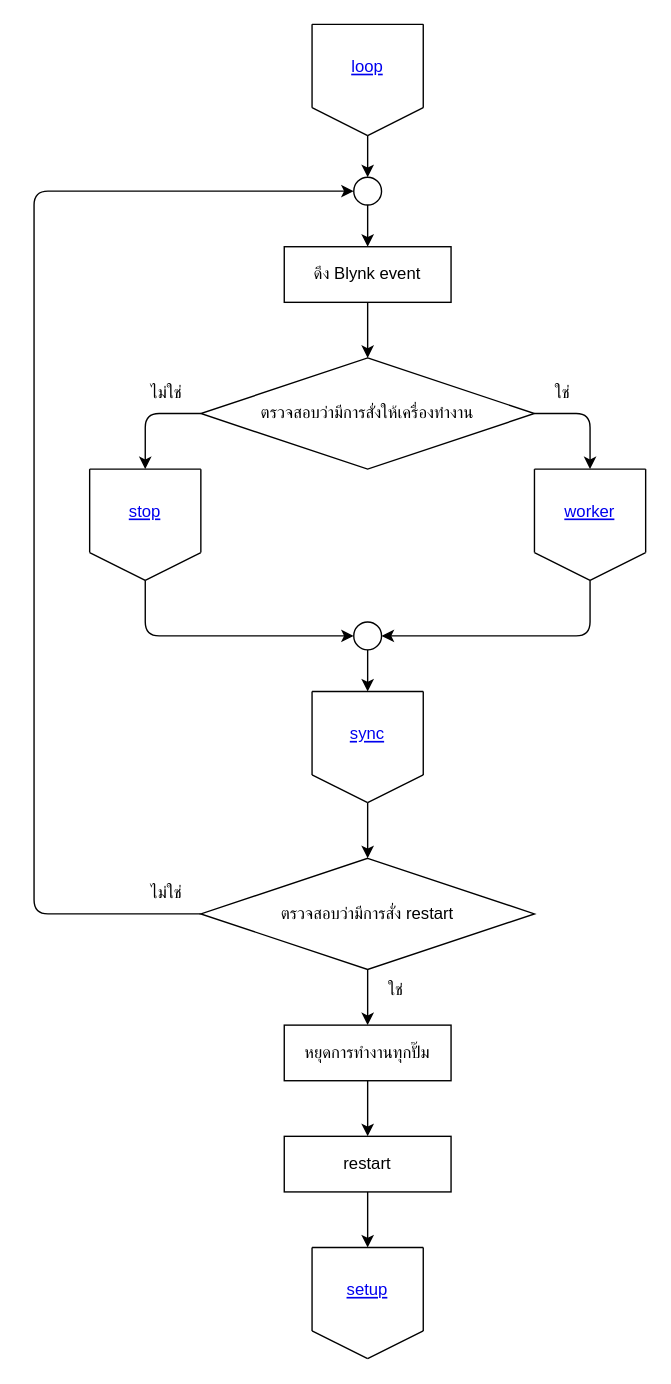
Before: page "loop" (1 of 6) of flowcharts/hardware.drawio in thestampr/pHConditioner, a draw.io diagram. Source tidied: cells renumbered, new cells numbered last; positions are measured from the earlier drawing's top-left corner, leaving out a move shared by most shapes. Both pictures are drawn from the tidied source at 139%, with x=0, y=0 at pixel (-78, 24).
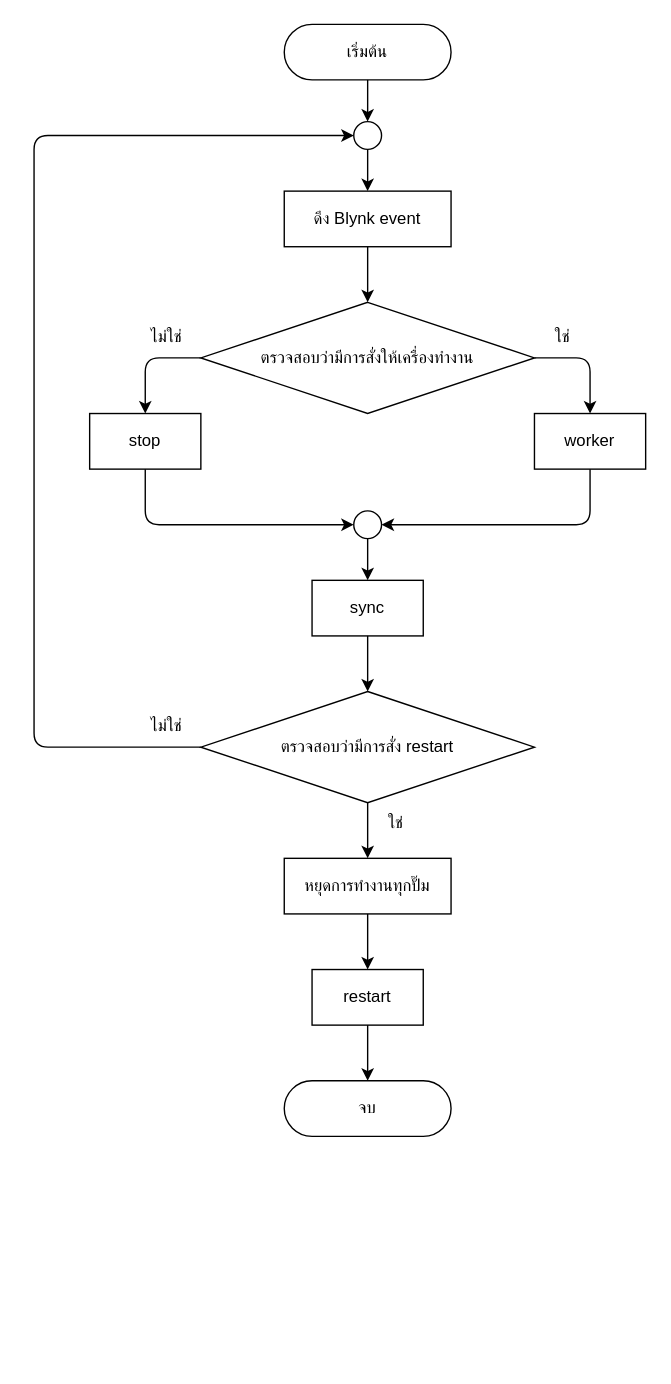
Above is the later version.

Diff of the diagram source:
```diff
@@
     <mxCell id="2" value="ตรวจสอบว่ามีการสั่งให้เครื่องทำงาน" style="rhombus;whiteSpace=wrap;html=1;rounded=0;labelBackgroundColor=none;comic=0;strokeColor=#000000;fontColor=#000000;fillColor=none;" parent="1" vertex="1">
-      <mxGeometry x="200" y="240" width="240" height="80" as="geometry" />
+      <mxGeometry x="200" y="200" width="240" height="80" as="geometry" />
     </mxCell>
@@
     <mxCell id="4" style="ellipse;whiteSpace=wrap;html=1;labelBackgroundColor=none;strokeColor=#000000;fontColor=#000000;fillColor=none;" parent="1" vertex="1">
-      <mxGeometry x="310" y="110" width="20" height="20" as="geometry" />
+      <mxGeometry x="310" y="70" width="20" height="20" as="geometry" />
     </mxCell>
     <mxCell id="5" style="edgeStyle=none;html=1;strokeColor=#000000;fontColor=#000000;endArrow=classic;endFill=1;" parent="1" edge="1" target="4">
       <mxGeometry relative="1" as="geometry">
-        <mxPoint x="320" y="80" as="sourcePoint" />
+        <mxPoint x="320" y="40" as="sourcePoint" />
       </mxGeometry>
     </mxCell>
@@
     <mxCell id="7" value="ดึง Blynk event" style="whiteSpace=wrap;html=1;rounded=0;labelBackgroundColor=none;comic=0;strokeColor=#000000;fontColor=#000000;fillColor=none;" parent="1" vertex="1">
-      <mxGeometry x="260" y="160" width="120" height="40" as="geometry" />
+      <mxGeometry x="260" y="120" width="120" height="40" as="geometry" />
     </mxCell>
-    <mxCell id="8" style="edgeStyle=none;html=1;strokeColor=#000000;fontColor=#000000;endArrow=classic;endFill=1;" parent="1" edge="1" source="9">
-      <mxGeometry relative="1" as="geometry">
-        <mxPoint x="320" y="480" as="targetPoint" />
-      </mxGeometry>
+    <mxCell id="8" style="edgeStyle=none;html=1;strokeColor=#000000;fontColor=#000000;endArrow=classic;endFill=1;entryX=0.5;entryY=0;entryDx=0;entryDy=0;entryPerimeter=0;" parent="1" edge="1" source="9" target="38">
+      <mxGeometry relative="1" as="geometry" />
     </mxCell>
     <mxCell id="9" style="ellipse;whiteSpace=wrap;html=1;labelBackgroundColor=none;strokeColor=#000000;fontColor=#000000;fillColor=none;" parent="1" vertex="1">
-      <mxGeometry x="310" y="430" width="20" height="20" as="geometry" />
+      <mxGeometry x="310" y="350" width="20" height="20" as="geometry" />
     </mxCell>
-    <mxCell id="10" style="group;rounded=0;labelBackgroundColor=none;comic=0;strokeColor=none;fontColor=#000000;fillColor=none;" parent="1" vertex="1">
-      <mxGeometry x="440" y="320" width="80" height="80" as="geometry" />
-    </mxCell>
-    <mxCell id="11" style="edgeStyle=none;orthogonalLoop=1;jettySize=auto;html=1;strokeColor=#000000;fontColor=#000000;endArrow=none;endFill=0;" parent="10" edge="1">
-      <mxGeometry relative="1" as="geometry">
-        <mxPoint as="sourcePoint" />
-        <mxPoint x="80" as="targetPoint" />
-      </mxGeometry>
-    </mxCell>
-    <mxCell id="12" style="edgeStyle=none;orthogonalLoop=1;jettySize=auto;html=1;strokeColor=#000000;fontColor=#000000;endArrow=none;endFill=0;" parent="10" edge="1">
-      <mxGeometry relative="1" as="geometry">
-        <mxPoint x="80" as="sourcePoint" />
-        <mxPoint x="80" y="60" as="targetPoint" />
-      </mxGeometry>
-    </mxCell>
-    <mxCell id="13" style="edgeStyle=none;orthogonalLoop=1;jettySize=auto;html=1;strokeColor=#000000;fontColor=#000000;endArrow=none;endFill=0;" parent="10" edge="1">
-      <mxGeometry relative="1" as="geometry">
-        <mxPoint as="sourcePoint" />
-        <mxPoint y="60" as="targetPoint" />
-      </mxGeometry>
-    </mxCell>
-    <mxCell id="14" style="edgeStyle=none;orthogonalLoop=1;jettySize=auto;html=1;strokeColor=#000000;fontColor=#000000;endArrow=none;endFill=0;" parent="10" edge="1">
-      <mxGeometry relative="1" as="geometry">
-        <mxPoint y="60" as="sourcePoint" />
-        <mxPoint x="40" y="80" as="targetPoint" />
-      </mxGeometry>
-    </mxCell>
-    <mxCell id="15" style="edgeStyle=none;orthogonalLoop=1;jettySize=auto;html=1;strokeColor=#000000;fontColor=#000000;endArrow=none;endFill=0;" parent="10" edge="1">
-      <mxGeometry relative="1" as="geometry">
-        <mxPoint x="80" y="60" as="sourcePoint" />
-        <mxPoint x="40" y="80" as="targetPoint" />
-      </mxGeometry>
-    </mxCell>
-    <mxCell id="16" value="worker" style="fontColor=#0000EE;fontStyle=4;rounded=1;overflow=hidden;spacing=10;labelBackgroundColor=none;comic=0;strokeColor=none;fillColor=none;" parent="10" vertex="1">
-      <mxGeometry x="5" y="10" width="70" height="40" as="geometry" />
-    </mxCell>
-    <mxCell id="17" style="edgeStyle=none;jettySize=auto;html=1;strokeColor=#000000;fontColor=#000000;endArrow=classic;endFill=1;entryX=1;entryY=0.5;entryDx=0;entryDy=0;" parent="1" edge="1" target="9">
+    <mxCell id="17" style="edgeStyle=none;jettySize=auto;html=1;strokeColor=#000000;fontColor=#000000;endArrow=classic;endFill=1;entryX=1;entryY=0.5;entryDx=0;entryDy=0;exitX=0.5;exitY=1;exitDx=0;exitDy=0;" parent="1" edge="1" source="16" target="9">
       <mxGeometry relative="1" as="geometry">
-        <mxPoint x="480" y="400" as="sourcePoint" />
         <Array as="points">
-          <mxPoint x="480" y="440" />
+          <mxPoint x="480" y="360" />
         </Array>
       </mxGeometry>
     </mxCell>
     <mxCell id="18" value="ไม่ใช่" style="text;html=1;align=center;verticalAlign=middle;strokeColor=none;fillColor=none;fontColor=#000000;" parent="1" vertex="1">
-      <mxGeometry x="150" y="250" width="50" height="30" as="geometry" />
+      <mxGeometry x="150" y="210" width="50" height="30" as="geometry" />
     </mxCell>
     <mxCell id="19" value="ใช่" style="text;html=1;align=center;verticalAlign=middle;strokeColor=none;fillColor=none;fontColor=#000000;" parent="1" vertex="1">
-      <mxGeometry x="440" y="250" width="40" height="30" as="geometry" />
+      <mxGeometry x="440" y="210" width="40" height="30" as="geometry" />
     </mxCell>
@@
-    <mxCell id="22" style="edgeStyle=none;jettySize=auto;html=1;strokeColor=#000000;fontColor=#000000;endArrow=classic;endFill=1;exitX=1;exitY=0.5;exitDx=0;exitDy=0;" parent="1" edge="1" source="2">
+    <mxCell id="22" style="edgeStyle=none;jettySize=auto;html=1;strokeColor=#000000;fontColor=#000000;endArrow=classic;endFill=1;exitX=1;exitY=0.5;exitDx=0;exitDy=0;entryX=0.5;entryY=0;entryDx=0;entryDy=0;entryPerimeter=0;" parent="1" edge="1" source="2" target="16">
       <mxGeometry relative="1" as="geometry">
-        <mxPoint x="480" y="320" as="targetPoint" />
         <Array as="points">
-          <mxPoint x="480" y="280" />
+          <mxPoint x="480" y="240" />
         </Array>
       </mxGeometry>
     </mxCell>
-    <mxCell id="23" style="group;rounded=0;labelBackgroundColor=none;comic=0;strokeColor=none;fontColor=#000000;fillColor=none;" parent="1" vertex="1">
-      <mxGeometry x="120" y="320" width="80" height="80" as="geometry" />
-    </mxCell>
-    <mxCell id="24" style="edgeStyle=none;orthogonalLoop=1;jettySize=auto;html=1;strokeColor=#000000;fontColor=#000000;endArrow=none;endFill=0;" parent="23" edge="1">
-      <mxGeometry relative="1" as="geometry">
-        <mxPoint as="sourcePoint" />
-        <mxPoint x="80" as="targetPoint" />
-      </mxGeometry>
-    </mxCell>
-    <mxCell id="25" style="edgeStyle=none;orthogonalLoop=1;jettySize=auto;html=1;strokeColor=#000000;fontColor=#000000;endArrow=none;endFill=0;" parent="23" edge="1">
-      <mxGeometry relative="1" as="geometry">
-        <mxPoint x="80" as="sourcePoint" />
-        <mxPoint x="80" y="60" as="targetPoint" />
-      </mxGeometry>
-    </mxCell>
-    <mxCell id="26" style="edgeStyle=none;orthogonalLoop=1;jettySize=auto;html=1;strokeColor=#000000;fontColor=#000000;endArrow=none;endFill=0;" parent="23" edge="1">
-      <mxGeometry relative="1" as="geometry">
-        <mxPoint as="sourcePoint" />
-        <mxPoint y="60" as="targetPoint" />
-      </mxGeometry>
-    </mxCell>
-    <mxCell id="27" style="edgeStyle=none;orthogonalLoop=1;jettySize=auto;html=1;strokeColor=#000000;fontColor=#000000;endArrow=none;endFill=0;" parent="23" edge="1">
-      <mxGeometry relative="1" as="geometry">
-        <mxPoint y="60" as="sourcePoint" />
-        <mxPoint x="40" y="80" as="targetPoint" />
-      </mxGeometry>
-    </mxCell>
-    <mxCell id="28" style="edgeStyle=none;orthogonalLoop=1;jettySize=auto;html=1;strokeColor=#000000;fontColor=#000000;endArrow=none;endFill=0;" parent="23" edge="1">
-      <mxGeometry relative="1" as="geometry">
-        <mxPoint x="80" y="60" as="sourcePoint" />
-        <mxPoint x="40" y="80" as="targetPoint" />
-      </mxGeometry>
-    </mxCell>
-    <mxCell id="29" value="stop" style="fontColor=#0000EE;fontStyle=4;rounded=1;overflow=hidden;spacing=10;labelBackgroundColor=none;comic=0;strokeColor=none;fillColor=none;" parent="23" vertex="1">
-      <mxGeometry x="5" y="10" width="70" height="40" as="geometry" />
-    </mxCell>
-    <mxCell id="30" style="edgeStyle=none;jettySize=auto;html=1;strokeColor=#000000;fontColor=#000000;endArrow=classic;endFill=1;exitX=0;exitY=0.5;exitDx=0;exitDy=0;" parent="1" edge="1" source="2">
+    <mxCell id="30" style="edgeStyle=none;jettySize=auto;html=1;strokeColor=#000000;fontColor=#000000;endArrow=classic;endFill=1;exitX=0;exitY=0.5;exitDx=0;exitDy=0;entryX=0.5;entryY=0;entryDx=0;entryDy=0;" parent="1" edge="1" source="2" target="29">
       <mxGeometry relative="1" as="geometry">
-        <mxPoint x="160" y="320" as="targetPoint" />
         <Array as="points">
-          <mxPoint x="160" y="280" />
+          <mxPoint x="160" y="240" />
         </Array>
       </mxGeometry>
     </mxCell>
-    <mxCell id="31" style="edgeStyle=none;jettySize=auto;html=1;strokeColor=#000000;fontColor=#000000;endArrow=classic;endFill=1;entryX=0;entryY=0.5;entryDx=0;entryDy=0;" parent="1" edge="1" target="9">
+    <mxCell id="31" style="edgeStyle=none;jettySize=auto;html=1;strokeColor=#000000;fontColor=#000000;endArrow=classic;endFill=1;entryX=0;entryY=0.5;entryDx=0;entryDy=0;exitX=0.5;exitY=1;exitDx=0;exitDy=0;" parent="1" edge="1" source="29" target="9">
       <mxGeometry relative="1" as="geometry">
-        <mxPoint x="160" y="400" as="sourcePoint" />
         <Array as="points">
-          <mxPoint x="160" y="440" />
+          <mxPoint x="160" y="360" />
         </Array>
       </mxGeometry>
     </mxCell>
-    <mxCell id="32" style="group;rounded=0;labelBackgroundColor=none;comic=0;strokeColor=none;fontColor=#000000;fillColor=none;" parent="1" vertex="1">
-      <mxGeometry x="280" y="480" width="80" height="80" as="geometry" />
-    </mxCell>
-    <mxCell id="33" style="edgeStyle=none;orthogonalLoop=1;jettySize=auto;html=1;strokeColor=#000000;fontColor=#000000;endArrow=none;endFill=0;" parent="32" edge="1">
-      <mxGeometry relative="1" as="geometry">
-        <mxPoint as="sourcePoint" />
-        <mxPoint x="80" as="targetPoint" />
-      </mxGeometry>
-    </mxCell>
-    <mxCell id="34" style="edgeStyle=none;orthogonalLoop=1;jettySize=auto;html=1;strokeColor=#000000;fontColor=#000000;endArrow=none;endFill=0;" parent="32" edge="1">
-      <mxGeometry relative="1" as="geometry">
-        <mxPoint x="80" as="sourcePoint" />
-        <mxPoint x="80" y="60" as="targetPoint" />
-      </mxGeometry>
-    </mxCell>
-    <mxCell id="35" style="edgeStyle=none;orthogonalLoop=1;jettySize=auto;html=1;strokeColor=#000000;fontColor=#000000;endArrow=none;endFill=0;" parent="32" edge="1">
-      <mxGeometry relative="1" as="geometry">
-        <mxPoint as="sourcePoint" />
-        <mxPoint y="60" as="targetPoint" />
-      </mxGeometry>
-    </mxCell>
-    <mxCell id="36" style="edgeStyle=none;orthogonalLoop=1;jettySize=auto;html=1;strokeColor=#000000;fontColor=#000000;endArrow=none;endFill=0;" parent="32" edge="1">
-      <mxGeometry relative="1" as="geometry">
-        <mxPoint y="60" as="sourcePoint" />
-        <mxPoint x="40" y="80" as="targetPoint" />
-      </mxGeometry>
-    </mxCell>
-    <mxCell id="37" style="edgeStyle=none;orthogonalLoop=1;jettySize=auto;html=1;strokeColor=#000000;fontColor=#000000;endArrow=none;endFill=0;" parent="32" edge="1">
-      <mxGeometry relative="1" as="geometry">
-        <mxPoint x="80" y="60" as="sourcePoint" />
-        <mxPoint x="40" y="80" as="targetPoint" />
-      </mxGeometry>
-    </mxCell>
-    <mxCell id="38" value="sync" style="fontColor=#0000EE;fontStyle=4;rounded=1;overflow=hidden;spacing=10;labelBackgroundColor=none;comic=0;strokeColor=none;fillColor=none;" parent="32" vertex="1">
-      <mxGeometry x="5" y="10" width="70" height="40" as="geometry" />
-    </mxCell>
     <mxCell id="39" style="edgeStyle=none;html=1;strokeColor=#000000;fontColor=#000000;endArrow=classic;endFill=1;entryX=0;entryY=0.5;entryDx=0;entryDy=0;" parent="1" edge="1" source="41" target="4">
       <mxGeometry relative="1" as="geometry">
         <Array as="points">
-          <mxPoint x="80" y="640" />
-          <mxPoint x="80" y="120" />
+          <mxPoint x="80" y="520" />
+          <mxPoint x="80" y="80" />
         </Array>
       </mxGeometry>
     </mxCell>
     <mxCell id="40" style="edgeStyle=none;html=1;strokeColor=#000000;fontColor=#000000;endArrow=classic;endFill=1;" parent="1" edge="1" source="41">
       <mxGeometry relative="1" as="geometry">
-        <mxPoint x="320" y="720" as="targetPoint" />
+        <mxPoint x="320" y="600" as="targetPoint" />
       </mxGeometry>
     </mxCell>
     <mxCell id="41" value="ตรวจสอบว่ามีการสั่ง restart" style="rhombus;whiteSpace=wrap;html=1;rounded=0;labelBackgroundColor=none;comic=0;strokeColor=#000000;fontColor=#000000;fillColor=none;" parent="1" vertex="1">
-      <mxGeometry x="200" y="600" width="240" height="80" as="geometry" />
+      <mxGeometry x="200" y="480" width="240" height="80" as="geometry" />
     </mxCell>
-    <mxCell id="42" style="edgeStyle=none;jettySize=auto;html=1;strokeColor=#000000;fontColor=#000000;endArrow=classic;endFill=1;entryX=0.5;entryY=0;entryDx=0;entryDy=0;" parent="1" edge="1" target="41">
-      <mxGeometry relative="1" as="geometry">
-        <mxPoint x="320" y="560" as="sourcePoint" />
-      </mxGeometry>
+    <mxCell id="42" style="edgeStyle=none;jettySize=auto;html=1;strokeColor=#000000;fontColor=#000000;endArrow=classic;endFill=1;entryX=0.5;entryY=0;entryDx=0;entryDy=0;exitX=0.5;exitY=1;exitDx=0;exitDy=0;" parent="1" edge="1" source="38" target="41">
+      <mxGeometry relative="1" as="geometry" />
     </mxCell>
     <mxCell id="43" value="ใช่" style="text;html=1;align=center;verticalAlign=middle;strokeColor=none;fillColor=none;fontColor=#000000;" parent="1" vertex="1">
-      <mxGeometry x="320" y="680" width="40" height="30" as="geometry" />
+      <mxGeometry x="320" y="560" width="40" height="30" as="geometry" />
     </mxCell>
     <mxCell id="44" value="ไม่ใช่" style="text;html=1;align=center;verticalAlign=middle;strokeColor=none;fillColor=none;fontColor=#000000;" parent="1" vertex="1">
-      <mxGeometry x="150" y="610" width="50" height="30" as="geometry" />
+      <mxGeometry x="150" y="490" width="50" height="30" as="geometry" />
     </mxCell>
@@
     <mxCell id="46" value="หยุดการทำงานทุกปั๊ม" style="whiteSpace=wrap;html=1;rounded=0;labelBackgroundColor=none;comic=0;strokeColor=#000000;fontColor=#000000;fillColor=none;" parent="1" vertex="1">
-      <mxGeometry x="260" y="720" width="120" height="40" as="geometry" />
+      <mxGeometry x="260" y="600" width="120" height="40" as="geometry" />
     </mxCell>
     <mxCell id="47" style="edgeStyle=none;html=1;strokeColor=#000000;fontColor=#000000;endArrow=classic;endFill=1;" parent="1" edge="1" source="48">
       <mxGeometry relative="1" as="geometry">
-        <mxPoint x="320" y="880" as="targetPoint" />
+        <mxPoint x="320" y="760" as="targetPoint" />
       </mxGeometry>
     </mxCell>
     <mxCell id="48" value="restart" style="whiteSpace=wrap;html=1;rounded=0;labelBackgroundColor=none;comic=0;strokeColor=#000000;fontColor=#000000;fillColor=none;" parent="1" vertex="1">
-      <mxGeometry x="260" y="800" width="120" height="40" as="geometry" />
+      <mxGeometry x="280" y="680" width="80" height="40" as="geometry" />
     </mxCell>
-    <mxCell id="49" style="group;rounded=0;labelBackgroundColor=none;comic=0;strokeColor=none;fontColor=#000000;fillColor=none;" parent="1" vertex="1">
-      <mxGeometry x="280" y="880" width="80" height="80" as="geometry" />
-    </mxCell>
-    <mxCell id="50" style="edgeStyle=none;orthogonalLoop=1;jettySize=auto;html=1;strokeColor=#000000;fontColor=#000000;endArrow=none;endFill=0;" parent="49" edge="1">
-      <mxGeometry relative="1" as="geometry">
-        <mxPoint as="sourcePoint" />
-        <mxPoint x="80" as="targetPoint" />
-      </mxGeometry>
-    </mxCell>
-    <mxCell id="51" style="edgeStyle=none;orthogonalLoop=1;jettySize=auto;html=1;strokeColor=#000000;fontColor=#000000;endArrow=none;endFill=0;" parent="49" edge="1">
-      <mxGeometry relative="1" as="geometry">
-        <mxPoint x="80" as="sourcePoint" />
-        <mxPoint x="80" y="60" as="targetPoint" />
-      </mxGeometry>
-    </mxCell>
-    <mxCell id="52" style="edgeStyle=none;orthogonalLoop=1;jettySize=auto;html=1;strokeColor=#000000;fontColor=#000000;endArrow=none;endFill=0;" parent="49" edge="1">
-      <mxGeometry relative="1" as="geometry">
-        <mxPoint as="sourcePoint" />
-        <mxPoint y="60" as="targetPoint" />
-      </mxGeometry>
-    </mxCell>
-    <mxCell id="53" style="edgeStyle=none;orthogonalLoop=1;jettySize=auto;html=1;strokeColor=#000000;fontColor=#000000;endArrow=none;endFill=0;" parent="49" edge="1">
-      <mxGeometry relative="1" as="geometry">
-        <mxPoint y="60" as="sourcePoint" />
-        <mxPoint x="40" y="80" as="targetPoint" />
-      </mxGeometry>
-    </mxCell>
-    <mxCell id="54" style="edgeStyle=none;orthogonalLoop=1;jettySize=auto;html=1;strokeColor=#000000;fontColor=#000000;endArrow=none;endFill=0;" parent="49" edge="1">
-      <mxGeometry relative="1" as="geometry">
-        <mxPoint x="80" y="60" as="sourcePoint" />
-        <mxPoint x="40" y="80" as="targetPoint" />
-      </mxGeometry>
-    </mxCell>
-    <mxCell id="55" value="setup" style="fontColor=#0000EE;fontStyle=4;rounded=1;overflow=hidden;spacing=10;labelBackgroundColor=none;comic=0;strokeColor=none;fillColor=none;" parent="49" vertex="1">
-      <mxGeometry x="5" y="10" width="70" height="40" as="geometry" />
-    </mxCell>
-    <mxCell id="56" style="group;" parent="1" vertex="1">
-      <mxGeometry x="280" width="80" height="80" as="geometry" />
-    </mxCell>
-    <mxCell id="57" style="edgeStyle=none;orthogonalLoop=1;jettySize=auto;html=1;strokeColor=#000000;fontColor=#000000;endArrow=none;endFill=0;" parent="56" edge="1">
-      <mxGeometry relative="1" as="geometry">
-        <mxPoint as="sourcePoint" />
-        <mxPoint x="80" as="targetPoint" />
-      </mxGeometry>
-    </mxCell>
-    <mxCell id="58" style="edgeStyle=none;orthogonalLoop=1;jettySize=auto;html=1;strokeColor=#000000;fontColor=#000000;endArrow=none;endFill=0;" parent="56" edge="1">
-      <mxGeometry relative="1" as="geometry">
-        <mxPoint x="80" as="sourcePoint" />
-        <mxPoint x="80" y="60" as="targetPoint" />
-      </mxGeometry>
-    </mxCell>
-    <mxCell id="59" style="edgeStyle=none;orthogonalLoop=1;jettySize=auto;html=1;strokeColor=#000000;fontColor=#000000;endArrow=none;endFill=0;" parent="56" edge="1">
-      <mxGeometry relative="1" as="geometry">
-        <mxPoint as="sourcePoint" />
-        <mxPoint y="60" as="targetPoint" />
-      </mxGeometry>
-    </mxCell>
-    <mxCell id="60" style="edgeStyle=none;orthogonalLoop=1;jettySize=auto;html=1;strokeColor=#000000;fontColor=#000000;endArrow=none;endFill=0;" parent="56" edge="1">
-      <mxGeometry relative="1" as="geometry">
-        <mxPoint y="60" as="sourcePoint" />
-        <mxPoint x="40" y="80" as="targetPoint" />
-      </mxGeometry>
-    </mxCell>
-    <mxCell id="61" style="edgeStyle=none;orthogonalLoop=1;jettySize=auto;html=1;strokeColor=#000000;fontColor=#000000;endArrow=none;endFill=0;" parent="56" edge="1">
-      <mxGeometry relative="1" as="geometry">
-        <mxPoint x="80" y="60" as="sourcePoint" />
-        <mxPoint x="40" y="80" as="targetPoint" />
-      </mxGeometry>
-    </mxCell>
-    <mxCell id="62" value="loop" style="fontColor=#0000EE;fontStyle=4;rounded=1;overflow=hidden;spacing=10;labelBackgroundColor=none;comic=0;strokeColor=none;fillColor=none;" parent="56" vertex="1">
-      <mxGeometry x="5" y="10" width="70" height="40" as="geometry" />
-    </mxCell>
+    <mxCell id="63" value="จบ" style="rounded=1;whiteSpace=wrap;html=1;fontSize=12;glass=0;strokeWidth=1;shadow=0;arcSize=50;fillColor=none;strokeColor=#000000;fontColor=#000000;" parent="1" vertex="1">
+      <mxGeometry x="260" y="760" width="120" height="40" as="geometry" />
+    </mxCell>
+    <mxCell id="64" value="เริ่มต้น" style="rounded=1;whiteSpace=wrap;html=1;fontSize=12;glass=0;strokeWidth=1;shadow=0;arcSize=50;fillColor=none;strokeColor=#000000;fontColor=#000000;" parent="1" vertex="1">
+      <mxGeometry x="260" width="120" height="40" as="geometry" />
+    </mxCell>
+    <mxCell id="38" value="sync" style="whiteSpace=wrap;html=1;rounded=0;labelBackgroundColor=none;comic=0;strokeColor=#000000;fontColor=#000000;fillColor=none;" parent="1" vertex="1">
+      <mxGeometry x="280" y="400" width="80" height="40" as="geometry" />
+    </mxCell>
+    <mxCell id="29" value="stop" style="whiteSpace=wrap;html=1;rounded=0;labelBackgroundColor=none;comic=0;strokeColor=#000000;fontColor=#000000;fillColor=none;" parent="1" vertex="1">
+      <mxGeometry x="120" y="280" width="80" height="40" as="geometry" />
+    </mxCell>
+    <mxCell id="16" value="worker" style="whiteSpace=wrap;html=1;rounded=0;labelBackgroundColor=none;comic=0;strokeColor=#000000;fontColor=#000000;fillColor=none;" parent="1" vertex="1">
+      <mxGeometry x="440" y="280" width="80" height="40" as="geometry" />
+    </mxCell>
```
